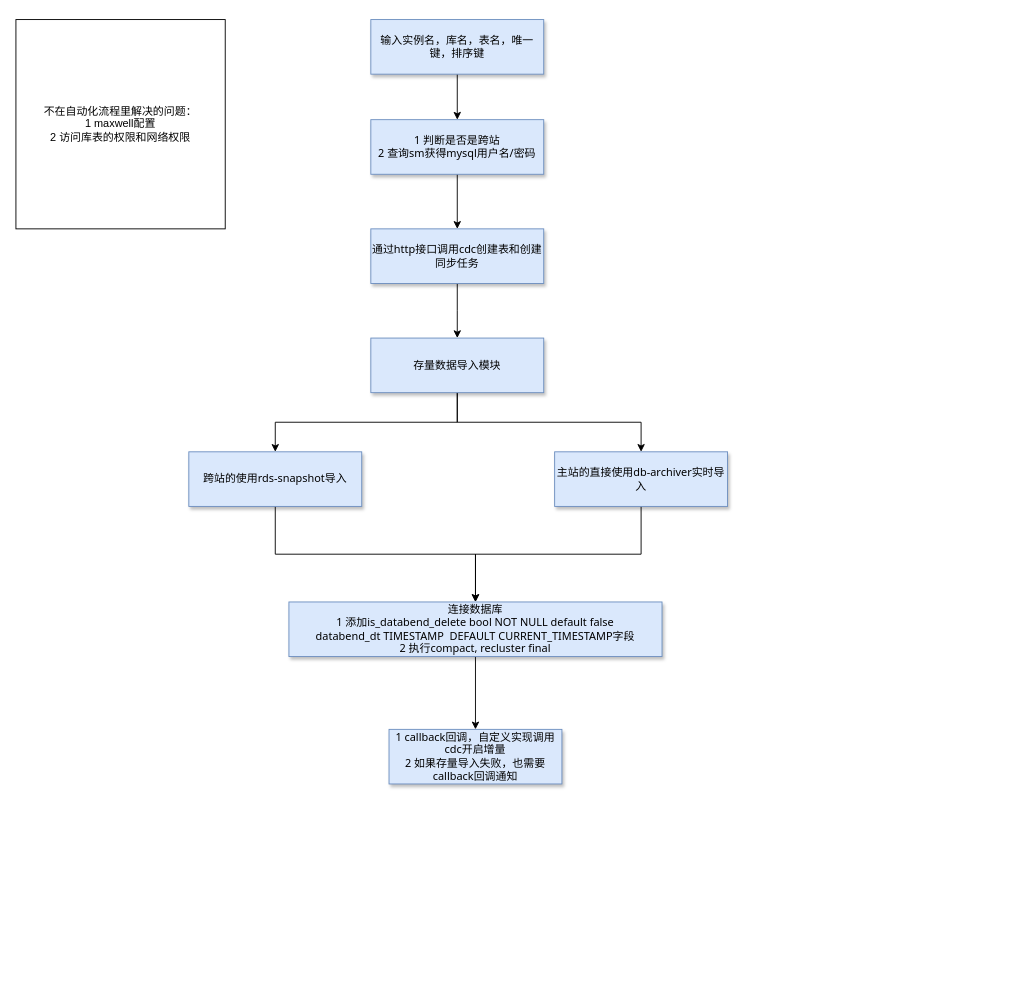
Earlier version of the draw.io diagram doc/databend自动化数据导入流程.drawio (jackjoesh/databend). Source tidied: cells renumbered, new cells numbered last; positions are measured from the earlier drawing's top-left corner, leaving out a move shared by most shapes. Both pictures are drawn from the tidied source at 91%, with x=0, y=0 at pixel (15, 19).
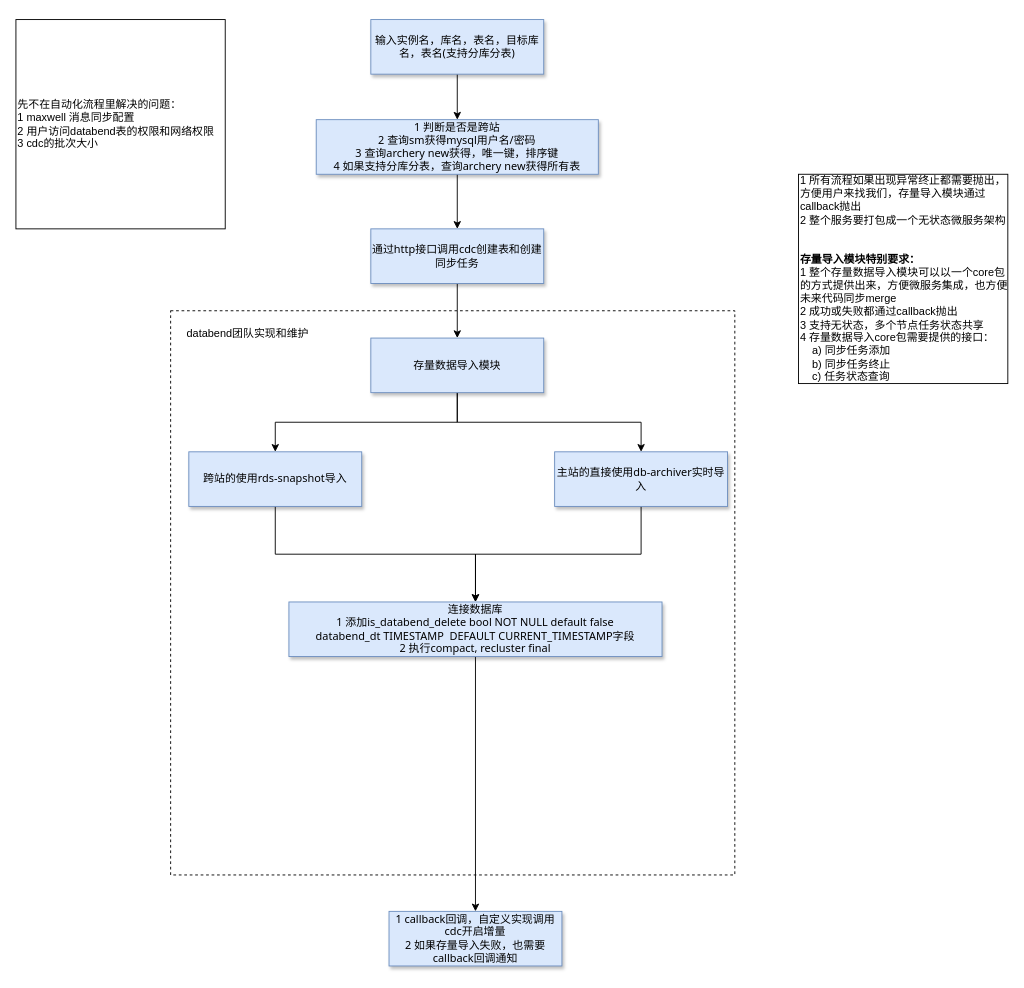
After the change.

Commit message:
更新databend自动化数据导入流程.drawio

Change to the diagram source:
```diff
@@
+    <mxCell id="19" style="whiteSpace=wrap;html=1;dashed=1;" parent="1" vertex="1">
+      <mxGeometry x="170" y="320" width="620" height="620" as="geometry" />
+    </mxCell>
@@
-    <mxCell id="3" value="输入实例名，库名，表名，唯一键，排序键" style="rounded=0;whiteSpace=wrap;html=1;fillColor=#dae8fc;strokeColor=#6c8ebf;shadow=1;fontFamily=Tahoma;" parent="1" vertex="1">
+    <mxCell id="3" value="输入实例名，库名，表名，目标库名，表名(支持分库分表)" style="rounded=0;whiteSpace=wrap;html=1;fillColor=#dae8fc;strokeColor=#6c8ebf;shadow=1;fontFamily=Tahoma;" parent="1" vertex="1">
       <mxGeometry x="390" width="190" height="60" as="geometry" />
     </mxCell>
@@
-    <mxCell id="5" value="1 判断是否是跨站&lt;br&gt;2 查询sm获得mysql用户名/密码" style="rounded=0;whiteSpace=wrap;html=1;fillColor=#dae8fc;strokeColor=#6c8ebf;shadow=1;fontFamily=Tahoma;" parent="1" vertex="1">
-      <mxGeometry x="390" y="110" width="190" height="60" as="geometry" />
+    <mxCell id="5" value="1 判断是否是跨站&lt;br&gt;2 查询sm获得mysql用户名/密码&lt;div&gt;3 查询archery new获得&lt;span style=&quot;background-color: transparent; color: light-dark(rgb(0, 0, 0), rgb(255, 255, 255));&quot;&gt;，唯一键，排序键&lt;br&gt;4 如果支持分库分表，查询archery new获得所有表&lt;/span&gt;&lt;/div&gt;" style="rounded=0;whiteSpace=wrap;html=1;fillColor=#dae8fc;strokeColor=#6c8ebf;shadow=1;fontFamily=Tahoma;" parent="1" vertex="1">
+      <mxGeometry x="330" y="110" width="310" height="60" as="geometry" />
     </mxCell>
@@
     <mxCell id="17" value="1 callback回调，自定义实现调用cdc开启增量&lt;div&gt;2 如果存量导入失败，也需要&lt;span style=&quot;background-color: transparent; color: light-dark(rgb(0, 0, 0), rgb(255, 255, 255));&quot;&gt;callback回调通知&lt;/span&gt;&lt;/div&gt;" style="rounded=0;whiteSpace=wrap;html=1;fillColor=#dae8fc;strokeColor=#6c8ebf;shadow=1;fontFamily=Tahoma;" parent="1" vertex="1">
-      <mxGeometry x="410" y="780" width="190" height="60" as="geometry" />
+      <mxGeometry x="410" y="980" width="190" height="60" as="geometry" />
     </mxCell>
-    <mxCell id="18" value="不在自动化流程里解决的问题：&lt;br&gt;1 maxwell配置&lt;br&gt;2 访问库表的权限和网络权限" style="whiteSpace=wrap;html=1;" parent="1" vertex="1">
+    <mxCell id="18" value="先不在自动化流程里解决的问题：&lt;br&gt;1 maxwell 消息同步配置&lt;br&gt;2 用户访问databend表的权限和网络权限&lt;div&gt;3 cdc的批次大小&lt;/div&gt;" style="whiteSpace=wrap;html=1;align=left;" parent="1" vertex="1">
       <mxGeometry width="230" height="230" as="geometry" />
     </mxCell>
+    <mxCell id="20" value="1 所有流程如果出现异常终止都需要抛出，方便用户来找我们，存量导入模块通过callback抛出&lt;br&gt;2 整个服务要打包成一个无状态微服务架构&lt;br&gt;&lt;br&gt;&lt;br&gt;&lt;b&gt;存量导入模块特别要求：&lt;br&gt;&lt;/b&gt;1 整个存量数据导入模块可以以一个core包的方式提供出来，方便微服务集成，也方便未来代码同步merge&lt;br&gt;2 成功或失败都通过callback抛出&lt;div&gt;3 支持无状态，多个节点任务状态共享&lt;br&gt;&lt;div&gt;4 存量数据导入core包需要提供的接口：&lt;/div&gt;&lt;div&gt;&amp;nbsp; &amp;nbsp; a) 同步任务添加&lt;br&gt;&amp;nbsp; &amp;nbsp; b) 同步任务终止&lt;br&gt;&amp;nbsp; &amp;nbsp; c) 任务状态查询&lt;/div&gt;&lt;/div&gt;" style="whiteSpace=wrap;html=1;align=left;" parent="1" vertex="1">
+      <mxGeometry x="860" y="170" width="230" height="230" as="geometry" />
+    </mxCell>
+    <mxCell id="21" value="databend团队实现和维护" style="text;html=1;align=center;verticalAlign=middle;whiteSpace=wrap;rounded=0;" parent="1" vertex="1">
+      <mxGeometry x="180" y="330" width="150" height="30" as="geometry" />
+    </mxCell>
```
